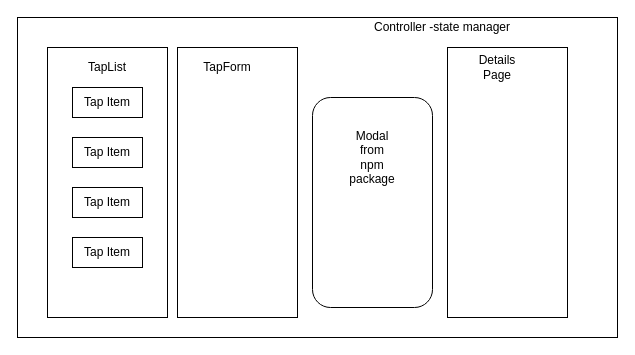
Above: Untitled Diagram.drawio in OkilyDokily/tap-room (draw.io), before the change. Source tidied: cells renumbered, new cells numbered last; positions are measured from the earlier drawing's top-left corner, leaving out a move shared by most shapes. Both pictures are drawn from the tidied source at 100%, with x=0, y=0 at pixel (17, 17).
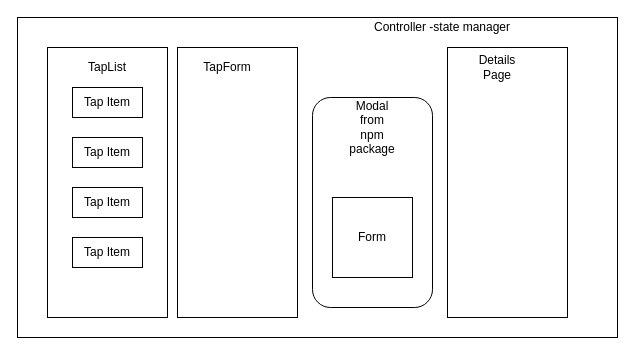
The same diagram, later.

The edit, as a diff of the source:
```diff
@@
 <mxGraphModel>
   <root>
     <mxCell id="0" />
     <mxCell id="1" parent="0" />
     <mxCell id="2" style="rounded=0;whiteSpace=wrap;html=1;" parent="1" vertex="1">
       <mxGeometry width="600" height="320" as="geometry" />
     </mxCell>
     <mxCell id="3" value="Controller -state manager" style="text;html=1;strokeColor=none;fillColor=none;align=center;verticalAlign=middle;whiteSpace=wrap;rounded=0;" parent="1" vertex="1">
       <mxGeometry x="330" width="190" height="20" as="geometry" />
     </mxCell>
     <mxCell id="4" style="rounded=0;whiteSpace=wrap;html=1;" parent="1" vertex="1">
       <mxGeometry x="30" y="30" width="120" height="270" as="geometry" />
     </mxCell>
     <mxCell id="5" value="TapList" style="text;html=1;strokeColor=none;fillColor=none;align=center;verticalAlign=middle;whiteSpace=wrap;rounded=0;" parent="1" vertex="1">
       <mxGeometry x="70" y="40" width="40" height="20" as="geometry" />
     </mxCell>
     <mxCell id="6" value="Tap Item" style="rounded=0;whiteSpace=wrap;html=1;" parent="1" vertex="1">
       <mxGeometry x="55" y="70" width="70" height="30" as="geometry" />
     </mxCell>
     <mxCell id="7" value="Tap Item" style="rounded=0;whiteSpace=wrap;html=1;" parent="1" vertex="1">
       <mxGeometry x="55" y="120" width="70" height="30" as="geometry" />
     </mxCell>
     <mxCell id="8" value="Tap Item" style="rounded=0;whiteSpace=wrap;html=1;" parent="1" vertex="1">
       <mxGeometry x="55" y="170" width="70" height="30" as="geometry" />
     </mxCell>
     <mxCell id="9" value="Tap Item" style="rounded=0;whiteSpace=wrap;html=1;" parent="1" vertex="1">
       <mxGeometry x="55" y="220" width="70" height="30" as="geometry" />
     </mxCell>
     <mxCell id="10" style="rounded=0;whiteSpace=wrap;html=1;" parent="1" vertex="1">
       <mxGeometry x="160" y="30" width="120" height="270" as="geometry" />
     </mxCell>
     <mxCell id="11" value="TapForm" style="text;html=1;strokeColor=none;fillColor=none;align=center;verticalAlign=middle;whiteSpace=wrap;rounded=0;" parent="1" vertex="1">
       <mxGeometry x="190" y="40" width="40" height="20" as="geometry" />
     </mxCell>
     <mxCell id="12" style="rounded=0;whiteSpace=wrap;html=1;" parent="1" vertex="1">
       <mxGeometry x="430" y="30" width="120" height="270" as="geometry" />
     </mxCell>
     <mxCell id="13" value="Details Page" style="text;html=1;strokeColor=none;fillColor=none;align=center;verticalAlign=middle;whiteSpace=wrap;rounded=0;" parent="1" vertex="1">
       <mxGeometry x="460" y="40" width="40" height="20" as="geometry" />
     </mxCell>
     <mxCell id="14" style="rounded=1;whiteSpace=wrap;html=1;" parent="1" vertex="1">
       <mxGeometry x="295" y="80" width="120" height="210" as="geometry" />
     </mxCell>
     <mxCell id="15" value="Modal from npm package" style="text;html=1;strokeColor=none;fillColor=none;align=center;verticalAlign=middle;whiteSpace=wrap;rounded=0;" parent="1" vertex="1">
-      <mxGeometry x="335" y="100" width="40" height="80" as="geometry" />
+      <mxGeometry x="335" y="70" width="40" height="80" as="geometry" />
     </mxCell>
+    <mxCell id="16" value="Form" style="rounded=0;whiteSpace=wrap;html=1;" parent="1" vertex="1">
+      <mxGeometry x="315" y="180" width="80" height="80" as="geometry" />
+    </mxCell>
   </root>
 </mxGraphModel>
```
